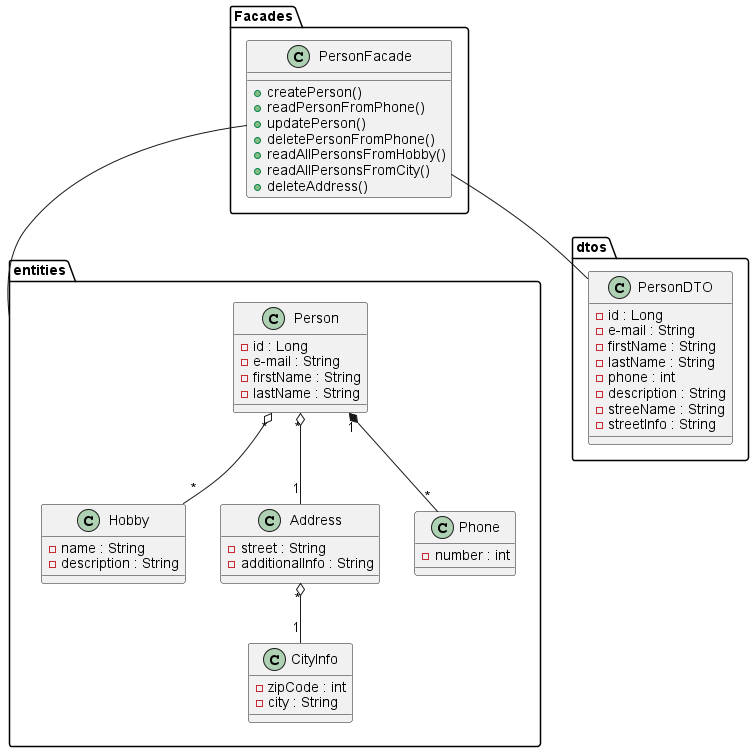
Earlier version of the PlantUML export doc/Class Diagram.png (DeRp-DaWg/CA-1). Source of this version:
```plantuml
@startuml

package entities {
    class Person {
    - id : Long
    - e-mail : String
    - firstName : String
    - lastName : String
    }

    class Hobby {
    - name : String
    - description : String
    }

    class Address {
    - street : String
    - additionalInfo : String
    }

    class Phone {
    - number : int
    }

    class CityInfo {
    - zipCode : int
    - city : String
    }
}

package dtos {
    class PersonDTO {
    - id : Long
    - e-mail : String
    - firstName : String
    - lastName : String
    - phone : int
    - description : String
    - streeName : String
    - streetInfo : String
    }
}

package Facades {
    class PersonFacade {
    + createPerson()
    + readPersonFromPhone()
    + updatePerson()
    + deletePersonFromPhone()
    + readAllPersonsFromHobby()
    + readAllPersonsFromCity()
    + deleteAddress()
    }
}

Person "*" o-- "*" Hobby
Person "*" o-- "1" Address
Person "1" *-- "*" Phone
Address "*" o-- "1" CityInfo

PersonFacade -- entities
PersonFacade -- PersonDTO

@enduml
```
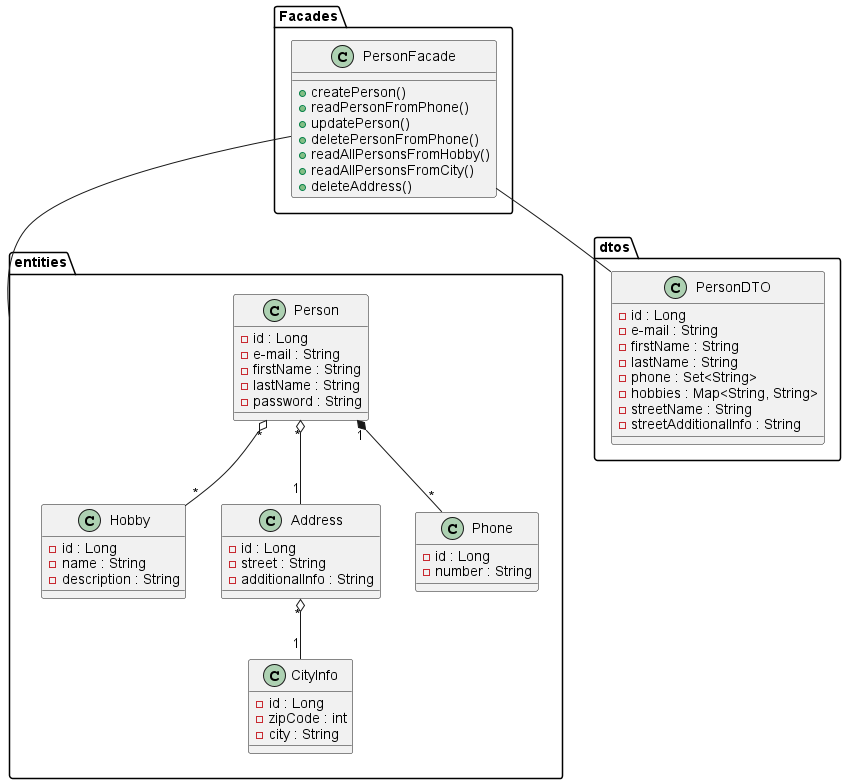
After the commit.

Diff of the diagram source:
```diff
@@ -6,23 +6,28 @@
     - e-mail : String
     - firstName : String
     - lastName : String
+    - password : String
     }
 
     class Hobby {
+    - id : Long
     - name : String
     - description : String
     }
 
     class Address {
+    - id : Long
     - street : String
     - additionalInfo : String
     }
 
     class Phone {
-    - number : int
+    - id : Long
+    - number : String
     }
 
     class CityInfo {
+    - id : Long
     - zipCode : int
     - city : String
     }
@@ -34,10 +39,10 @@
     - e-mail : String
     - firstName : String
     - lastName : String
-    - phone : int
-    - description : String
-    - streeName : String
-    - streetInfo : String
+    - phone : Set<String>
+    - hobbies : Map<String, String>
+    - streetName : String
+    - streetAdditionalInfo : String
     }
 }
 
```
